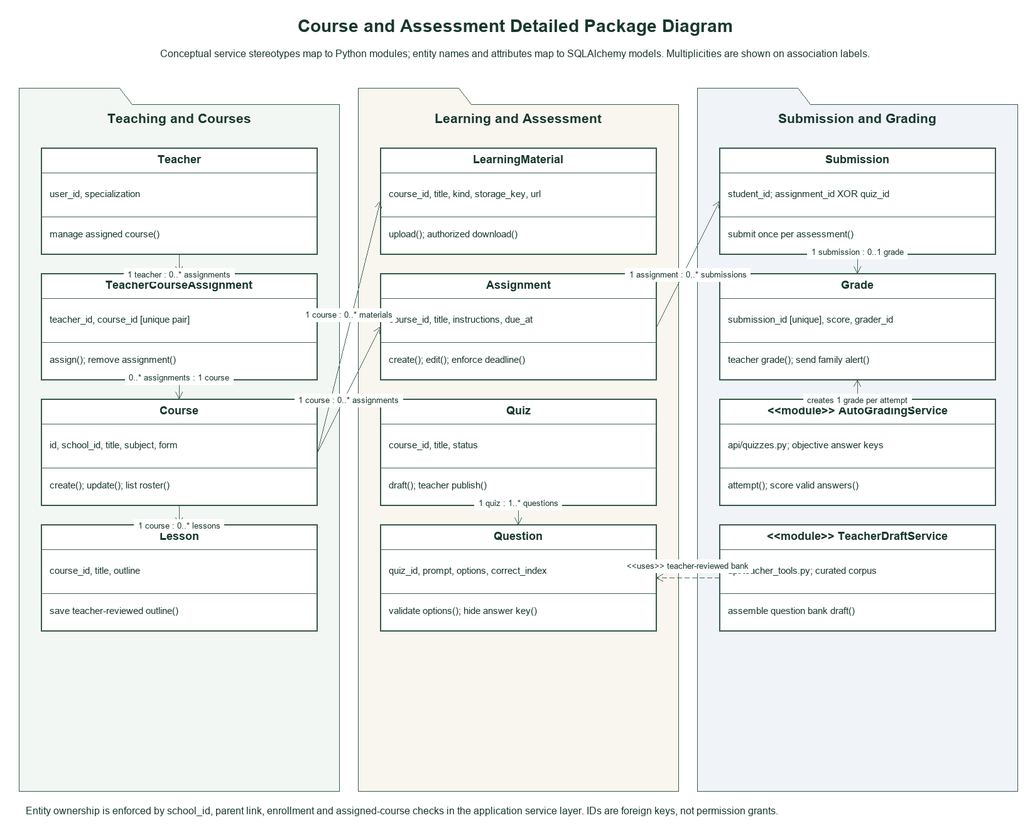
Earlier version of the draw.io export diagrams/png/07_Course_Assessment_Detailed_Package.png (gloria-mbilinyi/EduAI-Tanzania). Source tidied: cells renumbered, new cells last; positions are measured from the earlier drawing's top-left corner, leaving out a move shared by most shapes.
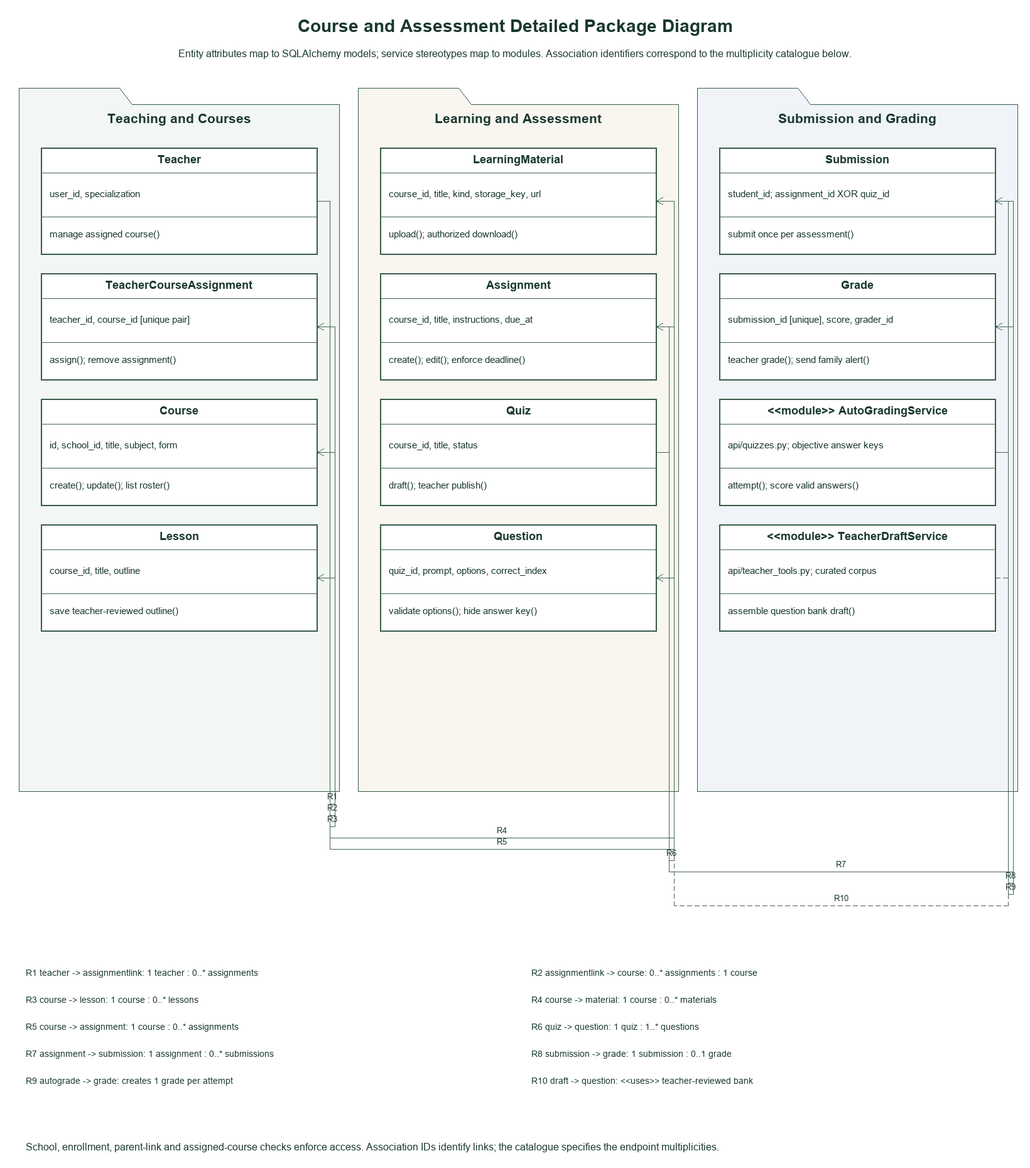
Later version of the same file.

Change to the diagram source:
```diff
@@ -5,7 +5,7 @@
     <mxCell id="2" value="Course and Assessment Detailed Package Diagram" style="text;strokeColor=none;fillColor=none;whiteSpace=wrap;html=0;fillColor=#ffffff;strokeColor=#365b4b;fontColor=#19382e;fontFamily=Arial;fontSize=28;fontStyle=1;spacing=6;" parent="1" vertex="1">
       <mxGeometry width="1590" height="45" as="geometry" />
     </mxCell>
-    <mxCell id="3" value="Conceptual service stereotypes map to Python modules; entity names and attributes map to SQLAlchemy models. Multiplicities are shown on association labels." style="text;strokeColor=none;fillColor=none;whiteSpace=wrap;html=0;fillColor=#ffffff;strokeColor=#365b4b;fontColor=#19382e;fontFamily=Arial;fontSize=16;fontStyle=0;spacing=6;" parent="1" vertex="1">
+    <mxCell id="3" value="Entity attributes map to SQLAlchemy models; service stereotypes map to modules. Association identifiers correspond to the multiplicity catalogue below." style="text;strokeColor=none;fillColor=none;whiteSpace=wrap;html=0;fillColor=#ffffff;strokeColor=#365b4b;fontColor=#19382e;fontFamily=Arial;fontSize=16;fontStyle=0;spacing=6;" parent="1" vertex="1">
       <mxGeometry y="48" width="1590" height="36" as="geometry" />
     </mxCell>
     <mxCell id="4" style="shape=folder;tabWidth=160;tabHeight=26;whiteSpace=wrap;html=0;fillColor=#f2f7f3;strokeColor=#365b4b;fontColor=#19382e;fontFamily=Arial;fontSize=17;fontStyle=0;spacing=6;" parent="1" vertex="1">
@@ -338,58 +338,178 @@
     <mxCell id="81" value="assemble question bank draft()" style="text;strokeColor=none;fillColor=none;whiteSpace=wrap;html=0;fillColor=#ffffff;strokeColor=#365b4b;fontColor=#19382e;fontFamily=Arial;fontSize=15;fontStyle=0;spacing=6;align=left;" parent="1" vertex="1">
       <mxGeometry x="1128" y="927" width="424" height="54" as="geometry" />
     </mxCell>
-    <mxCell id="82" value="1 teacher : 0..* assignments" style="edgeStyle=none;rounded=0;html=0;fontFamily=Arial;fontSize=13;fontColor=#19382e;strokeColor=#456353;labelBackgroundColor=#ffffff;endArrow=open;endFill=0;" parent="1" edge="1" source="6" target="12">
+    <mxCell id="82" style="edgeStyle=none;rounded=0;html=0;fontFamily=Arial;fontSize=15;fontColor=#19382e;strokeColor=#456353;labelBackgroundColor=#ffffff;endArrow=open;endFill=0;exitX=1.0;exitY=0.5;exitPerimeter=0;entryX=1.0;entryY=0.5;entryPerimeter=0;" parent="1" edge="1" source="6" target="12">
       <mxGeometry relative="1" as="geometry">
-        <mxPoint y="18" as="offset" />
+        <Array as="points">
+          <mxPoint x="500" y="300" />
+          <mxPoint x="500" y="1260" />
+          <mxPoint x="508" y="1260" />
+          <mxPoint x="508" y="500" />
+        </Array>
+        <mxPoint y="-10" as="offset" />
       </mxGeometry>
     </mxCell>
-    <mxCell id="83" value="0..* assignments : 1 course" style="edgeStyle=none;rounded=0;html=0;fontFamily=Arial;fontSize=13;fontColor=#19382e;strokeColor=#456353;labelBackgroundColor=#ffffff;endArrow=open;endFill=0;" parent="1" edge="1" source="12" target="18">
-      <mxGeometry relative="1" as="geometry">
-        <mxPoint y="-18" as="offset" />
-      </mxGeometry>
+    <mxCell id="83" value="R1" style="text;strokeColor=none;fillColor=none;whiteSpace=wrap;html=0;fillColor=#ffffff;strokeColor=#365b4b;fontColor=#19382e;fontFamily=Arial;fontSize=13;fontStyle=0;spacing=6;" parent="1" vertex="1">
+      <mxGeometry x="476" y="1239" width="56" height="20" as="geometry" />
     </mxCell>
-    <mxCell id="84" value="1 course : 0..* lessons" style="edgeStyle=none;rounded=0;html=0;fontFamily=Arial;fontSize=13;fontColor=#19382e;strokeColor=#456353;labelBackgroundColor=#ffffff;endArrow=open;endFill=0;" parent="1" edge="1" source="18" target="24">
-      <mxGeometry relative="1" as="geometry">
-        <mxPoint y="18" as="offset" />
-      </mxGeometry>
+    <mxCell id="84" value="R1  teacher -&gt; assignmentlink: 1 teacher : 0..* assignments" style="text;strokeColor=none;fillColor=none;whiteSpace=wrap;html=0;fillColor=#ffffff;strokeColor=#365b4b;fontColor=#19382e;fontFamily=Arial;fontSize=14;fontStyle=0;spacing=6;align=left;" parent="1" vertex="1">
+      <mxGeometry x="10" y="1510" width="780" height="40" as="geometry" />
     </mxCell>
-    <mxCell id="85" value="1 course : 0..* materials" style="edgeStyle=none;rounded=0;html=0;fontFamily=Arial;fontSize=13;fontColor=#19382e;strokeColor=#456353;labelBackgroundColor=#ffffff;endArrow=open;endFill=0;" parent="1" edge="1" source="18" target="32">
+    <mxCell id="85" style="edgeStyle=none;rounded=0;html=0;fontFamily=Arial;fontSize=15;fontColor=#19382e;strokeColor=#456353;labelBackgroundColor=#ffffff;endArrow=open;endFill=0;exitX=1.0;exitY=0.5;exitPerimeter=0;entryX=1.0;entryY=0.5;entryPerimeter=0;" parent="1" edge="1" source="12" target="18">
       <mxGeometry relative="1" as="geometry">
-        <mxPoint y="-18" as="offset" />
+        <Array as="points">
+          <mxPoint x="500" y="500" />
+          <mxPoint x="500" y="1278" />
+          <mxPoint x="508" y="1278" />
+          <mxPoint x="508" y="700" />
+        </Array>
+        <mxPoint y="-10" as="offset" />
       </mxGeometry>
     </mxCell>
-    <mxCell id="86" value="1 course : 0..* assignments" style="edgeStyle=none;rounded=0;html=0;fontFamily=Arial;fontSize=13;fontColor=#19382e;strokeColor=#456353;labelBackgroundColor=#ffffff;endArrow=open;endFill=0;" parent="1" edge="1" source="18" target="38">
-      <mxGeometry relative="1" as="geometry">
-        <mxPoint y="18" as="offset" />
-      </mxGeometry>
+    <mxCell id="86" value="R2" style="text;strokeColor=none;fillColor=none;whiteSpace=wrap;html=0;fillColor=#ffffff;strokeColor=#365b4b;fontColor=#19382e;fontFamily=Arial;fontSize=13;fontStyle=0;spacing=6;" parent="1" vertex="1">
+      <mxGeometry x="476" y="1257" width="56" height="20" as="geometry" />
     </mxCell>
-    <mxCell id="87" value="1 quiz : 1..* questions" style="edgeStyle=none;rounded=0;html=0;fontFamily=Arial;fontSize=13;fontColor=#19382e;strokeColor=#456353;labelBackgroundColor=#ffffff;endArrow=open;endFill=0;" parent="1" edge="1" source="44" target="50">
-      <mxGeometry relative="1" as="geometry">
-        <mxPoint y="-18" as="offset" />
-      </mxGeometry>
+    <mxCell id="87" value="R2  assignmentlink -&gt; course: 0..* assignments : 1 course" style="text;strokeColor=none;fillColor=none;whiteSpace=wrap;html=0;fillColor=#ffffff;strokeColor=#365b4b;fontColor=#19382e;fontFamily=Arial;fontSize=14;fontStyle=0;spacing=6;align=left;" parent="1" vertex="1">
+      <mxGeometry x="815" y="1510" width="780" height="40" as="geometry" />
     </mxCell>
-    <mxCell id="88" value="1 assignment : 0..* submissions" style="edgeStyle=none;rounded=0;html=0;fontFamily=Arial;fontSize=13;fontColor=#19382e;strokeColor=#456353;labelBackgroundColor=#ffffff;endArrow=open;endFill=0;" parent="1" edge="1" source="38" target="58">
+    <mxCell id="88" style="edgeStyle=none;rounded=0;html=0;fontFamily=Arial;fontSize=15;fontColor=#19382e;strokeColor=#456353;labelBackgroundColor=#ffffff;endArrow=open;endFill=0;exitX=1.0;exitY=0.5;exitPerimeter=0;entryX=1.0;entryY=0.5;entryPerimeter=0;" parent="1" edge="1" source="18" target="24">
       <mxGeometry relative="1" as="geometry">
-        <mxPoint y="18" as="offset" />
+        <Array as="points">
+          <mxPoint x="500" y="700" />
+          <mxPoint x="500" y="1296" />
+          <mxPoint x="508" y="1296" />
+          <mxPoint x="508" y="900" />
+        </Array>
+        <mxPoint y="-10" as="offset" />
       </mxGeometry>
     </mxCell>
-    <mxCell id="89" value="1 submission : 0..1 grade" style="edgeStyle=none;rounded=0;html=0;fontFamily=Arial;fontSize=13;fontColor=#19382e;strokeColor=#456353;labelBackgroundColor=#ffffff;endArrow=open;endFill=0;" parent="1" edge="1" source="58" target="64">
-      <mxGeometry relative="1" as="geometry">
-        <mxPoint y="-18" as="offset" />
-      </mxGeometry>
+    <mxCell id="89" value="R3" style="text;strokeColor=none;fillColor=none;whiteSpace=wrap;html=0;fillColor=#ffffff;strokeColor=#365b4b;fontColor=#19382e;fontFamily=Arial;fontSize=13;fontStyle=0;spacing=6;" parent="1" vertex="1">
+      <mxGeometry x="476" y="1275" width="56" height="20" as="geometry" />
     </mxCell>
-    <mxCell id="90" value="creates 1 grade per attempt" style="edgeStyle=none;rounded=0;html=0;fontFamily=Arial;fontSize=13;fontColor=#19382e;strokeColor=#456353;labelBackgroundColor=#ffffff;endArrow=open;endFill=0;" parent="1" edge="1" source="70" target="64">
-      <mxGeometry relative="1" as="geometry">
-        <mxPoint y="18" as="offset" />
-      </mxGeometry>
+    <mxCell id="90" value="R3  course -&gt; lesson: 1 course : 0..* lessons" style="text;strokeColor=none;fillColor=none;whiteSpace=wrap;html=0;fillColor=#ffffff;strokeColor=#365b4b;fontColor=#19382e;fontFamily=Arial;fontSize=14;fontStyle=0;spacing=6;align=left;" parent="1" vertex="1">
+      <mxGeometry x="10" y="1553" width="780" height="40" as="geometry" />
     </mxCell>
-    <mxCell id="91" value="&lt;&lt;uses&gt;&gt; teacher-reviewed bank" style="edgeStyle=none;rounded=0;html=0;fontFamily=Arial;fontSize=13;fontColor=#19382e;strokeColor=#456353;labelBackgroundColor=#ffffff;endArrow=open;endFill=0;dashed=1;" parent="1" edge="1" source="76" target="50">
+    <mxCell id="91" style="edgeStyle=none;rounded=0;html=0;fontFamily=Arial;fontSize=15;fontColor=#19382e;strokeColor=#456353;labelBackgroundColor=#ffffff;endArrow=open;endFill=0;exitX=1.0;exitY=0.5;exitPerimeter=0;entryX=1.0;entryY=0.5;entryPerimeter=0;" parent="1" edge="1" source="18" target="32">
       <mxGeometry relative="1" as="geometry">
-        <mxPoint y="-18" as="offset" />
+        <Array as="points">
+          <mxPoint x="500" y="700" />
+          <mxPoint x="500" y="1314" />
+          <mxPoint x="1048" y="1314" />
+          <mxPoint x="1048" y="300" />
+        </Array>
+        <mxPoint y="-10" as="offset" />
       </mxGeometry>
     </mxCell>
-    <mxCell id="92" value="Entity ownership is enforced by school_id, parent link, enrollment and assigned-course checks in the application service layer. IDs are foreign keys, not permission grants." style="text;strokeColor=none;fillColor=none;whiteSpace=wrap;html=0;fillColor=#ffffff;strokeColor=#365b4b;fontColor=#19382e;fontFamily=Arial;fontSize=16;fontStyle=0;spacing=6;align=left;" parent="1" vertex="1">
-      <mxGeometry x="10" y="1250" width="1570" height="45" as="geometry" />
+    <mxCell id="92" value="R4" style="text;strokeColor=none;fillColor=none;whiteSpace=wrap;html=0;fillColor=#ffffff;strokeColor=#365b4b;fontColor=#19382e;fontFamily=Arial;fontSize=13;fontStyle=0;spacing=6;" parent="1" vertex="1">
+      <mxGeometry x="746" y="1293" width="56" height="20" as="geometry" />
     </mxCell>
+    <mxCell id="93" value="R4  course -&gt; material: 1 course : 0..* materials" style="text;strokeColor=none;fillColor=none;whiteSpace=wrap;html=0;fillColor=#ffffff;strokeColor=#365b4b;fontColor=#19382e;fontFamily=Arial;fontSize=14;fontStyle=0;spacing=6;align=left;" parent="1" vertex="1">
+      <mxGeometry x="815" y="1553" width="780" height="40" as="geometry" />
+    </mxCell>
+    <mxCell id="94" style="edgeStyle=none;rounded=0;html=0;fontFamily=Arial;fontSize=15;fontColor=#19382e;strokeColor=#456353;labelBackgroundColor=#ffffff;endArrow=open;endFill=0;exitX=1.0;exitY=0.5;exitPerimeter=0;entryX=1.0;entryY=0.5;entryPerimeter=0;" parent="1" edge="1" source="18" target="38">
+      <mxGeometry relative="1" as="geometry">
+        <Array as="points">
+          <mxPoint x="500" y="700" />
+          <mxPoint x="500" y="1332" />
+          <mxPoint x="1048" y="1332" />
+          <mxPoint x="1048" y="500" />
+        </Array>
+        <mxPoint y="-10" as="offset" />
+      </mxGeometry>
+    </mxCell>
+    <mxCell id="95" value="R5" style="text;strokeColor=none;fillColor=none;whiteSpace=wrap;html=0;fillColor=#ffffff;strokeColor=#365b4b;fontColor=#19382e;fontFamily=Arial;fontSize=13;fontStyle=0;spacing=6;" parent="1" vertex="1">
+      <mxGeometry x="746" y="1311" width="56" height="20" as="geometry" />
+    </mxCell>
+    <mxCell id="96" value="R5  course -&gt; assignment: 1 course : 0..* assignments" style="text;strokeColor=none;fillColor=none;whiteSpace=wrap;html=0;fillColor=#ffffff;strokeColor=#365b4b;fontColor=#19382e;fontFamily=Arial;fontSize=14;fontStyle=0;spacing=6;align=left;" parent="1" vertex="1">
+      <mxGeometry x="10" y="1596" width="780" height="40" as="geometry" />
+    </mxCell>
+    <mxCell id="97" style="edgeStyle=none;rounded=0;html=0;fontFamily=Arial;fontSize=15;fontColor=#19382e;strokeColor=#456353;labelBackgroundColor=#ffffff;endArrow=open;endFill=0;exitX=1.0;exitY=0.5;exitPerimeter=0;entryX=1.0;entryY=0.5;entryPerimeter=0;" parent="1" edge="1" source="44" target="50">
+      <mxGeometry relative="1" as="geometry">
+        <Array as="points">
+          <mxPoint x="1040" y="700" />
+          <mxPoint x="1040" y="1350" />
+          <mxPoint x="1048" y="1350" />
+          <mxPoint x="1048" y="900" />
+        </Array>
+        <mxPoint y="-10" as="offset" />
+      </mxGeometry>
+    </mxCell>
+    <mxCell id="98" value="R6" style="text;strokeColor=none;fillColor=none;whiteSpace=wrap;html=0;fillColor=#ffffff;strokeColor=#365b4b;fontColor=#19382e;fontFamily=Arial;fontSize=13;fontStyle=0;spacing=6;" parent="1" vertex="1">
+      <mxGeometry x="1016" y="1329" width="56" height="20" as="geometry" />
+    </mxCell>
+    <mxCell id="99" value="R6  quiz -&gt; question: 1 quiz : 1..* questions" style="text;strokeColor=none;fillColor=none;whiteSpace=wrap;html=0;fillColor=#ffffff;strokeColor=#365b4b;fontColor=#19382e;fontFamily=Arial;fontSize=14;fontStyle=0;spacing=6;align=left;" parent="1" vertex="1">
+      <mxGeometry x="815" y="1596" width="780" height="40" as="geometry" />
+    </mxCell>
+    <mxCell id="100" style="edgeStyle=none;rounded=0;html=0;fontFamily=Arial;fontSize=15;fontColor=#19382e;strokeColor=#456353;labelBackgroundColor=#ffffff;endArrow=open;endFill=0;exitX=1.0;exitY=0.5;exitPerimeter=0;entryX=1.0;entryY=0.5;entryPerimeter=0;" parent="1" edge="1" source="38" target="58">
+      <mxGeometry relative="1" as="geometry">
+        <Array as="points">
+          <mxPoint x="1040" y="500" />
+          <mxPoint x="1040" y="1368" />
+          <mxPoint x="1588" y="1368" />
+          <mxPoint x="1588" y="300" />
+        </Array>
+        <mxPoint y="-10" as="offset" />
+      </mxGeometry>
+    </mxCell>
+    <mxCell id="101" value="R7" style="text;strokeColor=none;fillColor=none;whiteSpace=wrap;html=0;fillColor=#ffffff;strokeColor=#365b4b;fontColor=#19382e;fontFamily=Arial;fontSize=13;fontStyle=0;spacing=6;" parent="1" vertex="1">
+      <mxGeometry x="1286" y="1347" width="56" height="20" as="geometry" />
+    </mxCell>
+    <mxCell id="102" value="R7  assignment -&gt; submission: 1 assignment : 0..* submissions" style="text;strokeColor=none;fillColor=none;whiteSpace=wrap;html=0;fillColor=#ffffff;strokeColor=#365b4b;fontColor=#19382e;fontFamily=Arial;fontSize=14;fontStyle=0;spacing=6;align=left;" parent="1" vertex="1">
+      <mxGeometry x="10" y="1639" width="780" height="40" as="geometry" />
+    </mxCell>
+    <mxCell id="103" style="edgeStyle=none;rounded=0;html=0;fontFamily=Arial;fontSize=15;fontColor=#19382e;strokeColor=#456353;labelBackgroundColor=#ffffff;endArrow=open;endFill=0;exitX=1.0;exitY=0.5;exitPerimeter=0;entryX=1.0;entryY=0.5;entryPerimeter=0;" parent="1" edge="1" source="58" target="64">
+      <mxGeometry relative="1" as="geometry">
+        <Array as="points">
+          <mxPoint x="1580" y="300" />
+          <mxPoint x="1580" y="1386" />
+          <mxPoint x="1588" y="1386" />
+          <mxPoint x="1588" y="500" />
+        </Array>
+        <mxPoint y="-10" as="offset" />
+      </mxGeometry>
+    </mxCell>
+    <mxCell id="104" value="R8" style="text;strokeColor=none;fillColor=none;whiteSpace=wrap;html=0;fillColor=#ffffff;strokeColor=#365b4b;fontColor=#19382e;fontFamily=Arial;fontSize=13;fontStyle=0;spacing=6;" parent="1" vertex="1">
+      <mxGeometry x="1556" y="1365" width="56" height="20" as="geometry" />
+    </mxCell>
+    <mxCell id="105" value="R8  submission -&gt; grade: 1 submission : 0..1 grade" style="text;strokeColor=none;fillColor=none;whiteSpace=wrap;html=0;fillColor=#ffffff;strokeColor=#365b4b;fontColor=#19382e;fontFamily=Arial;fontSize=14;fontStyle=0;spacing=6;align=left;" parent="1" vertex="1">
+      <mxGeometry x="815" y="1639" width="780" height="40" as="geometry" />
+    </mxCell>
+    <mxCell id="106" style="edgeStyle=none;rounded=0;html=0;fontFamily=Arial;fontSize=15;fontColor=#19382e;strokeColor=#456353;labelBackgroundColor=#ffffff;endArrow=open;endFill=0;exitX=1.0;exitY=0.5;exitPerimeter=0;entryX=1.0;entryY=0.5;entryPerimeter=0;" parent="1" edge="1" source="70" target="64">
+      <mxGeometry relative="1" as="geometry">
+        <Array as="points">
+          <mxPoint x="1580" y="700" />
+          <mxPoint x="1580" y="1404" />
+          <mxPoint x="1588" y="1404" />
+          <mxPoint x="1588" y="500" />
+        </Array>
+        <mxPoint y="-10" as="offset" />
+      </mxGeometry>
+    </mxCell>
+    <mxCell id="107" value="R9" style="text;strokeColor=none;fillColor=none;whiteSpace=wrap;html=0;fillColor=#ffffff;strokeColor=#365b4b;fontColor=#19382e;fontFamily=Arial;fontSize=13;fontStyle=0;spacing=6;" parent="1" vertex="1">
+      <mxGeometry x="1556" y="1383" width="56" height="20" as="geometry" />
+    </mxCell>
+    <mxCell id="108" value="R9  autograde -&gt; grade: creates 1 grade per attempt" style="text;strokeColor=none;fillColor=none;whiteSpace=wrap;html=0;fillColor=#ffffff;strokeColor=#365b4b;fontColor=#19382e;fontFamily=Arial;fontSize=14;fontStyle=0;spacing=6;align=left;" parent="1" vertex="1">
+      <mxGeometry x="10" y="1682" width="780" height="40" as="geometry" />
+    </mxCell>
+    <mxCell id="109" style="edgeStyle=none;rounded=0;html=0;fontFamily=Arial;fontSize=15;fontColor=#19382e;strokeColor=#456353;labelBackgroundColor=#ffffff;endArrow=open;endFill=0;dashed=1;exitX=1.0;exitY=0.5;exitPerimeter=0;entryX=1.0;entryY=0.5;entryPerimeter=0;" parent="1" edge="1" source="76" target="50">
+      <mxGeometry relative="1" as="geometry">
+        <Array as="points">
+          <mxPoint x="1580" y="900" />
+          <mxPoint x="1580" y="1422" />
+          <mxPoint x="1048" y="1422" />
+          <mxPoint x="1048" y="900" />
+        </Array>
+        <mxPoint y="-10" as="offset" />
+      </mxGeometry>
+    </mxCell>
+    <mxCell id="110" value="R10" style="text;strokeColor=none;fillColor=none;whiteSpace=wrap;html=0;fillColor=#ffffff;strokeColor=#365b4b;fontColor=#19382e;fontFamily=Arial;fontSize=13;fontStyle=0;spacing=6;" parent="1" vertex="1">
+      <mxGeometry x="1286" y="1401" width="56" height="20" as="geometry" />
+    </mxCell>
+    <mxCell id="111" value="R10  draft -&gt; question: &lt;&lt;uses&gt;&gt; teacher-reviewed bank" style="text;strokeColor=none;fillColor=none;whiteSpace=wrap;html=0;fillColor=#ffffff;strokeColor=#365b4b;fontColor=#19382e;fontFamily=Arial;fontSize=14;fontStyle=0;spacing=6;align=left;" parent="1" vertex="1">
+      <mxGeometry x="815" y="1682" width="780" height="40" as="geometry" />
+    </mxCell>
+    <mxCell id="112" value="School, enrollment, parent-link and assigned-course checks enforce access. Association IDs identify links; the catalogue specifies the endpoint multiplicities." style="text;strokeColor=none;fillColor=none;whiteSpace=wrap;html=0;fillColor=#ffffff;strokeColor=#365b4b;fontColor=#19382e;fontFamily=Arial;fontSize=16;fontStyle=0;spacing=6;align=left;" parent="1" vertex="1">
+      <mxGeometry x="10" y="1790" width="1570" height="35" as="geometry" />
+    </mxCell>
   </root>
 </mxGraphModel>
```
